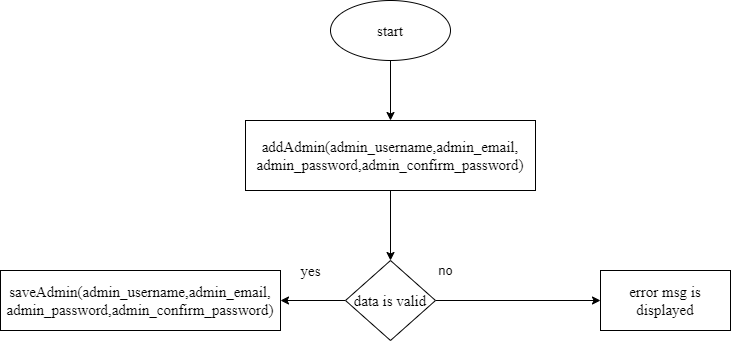
The draw.io diagram Definition/Design/low level design/flowchart/add admin.drawio.png in SaadHamdy1999/TravelAdvisor, before a commit. Source tidied: cells renumbered, new cells last; positions are measured from the earlier drawing's top-left corner, leaving out a move shared by most shapes. Its diagram source:
```xml
<mxGraphModel>
  <root>
    <mxCell id="0" />
    <mxCell id="1" parent="0" />
    <mxCell id="2" style="edgeStyle=orthogonalEdgeStyle;rounded=0;jettySize=auto;html=1;" parent="1" edge="1" source="3" target="5">
      <mxGeometry relative="1" as="geometry" />
    </mxCell>
    <mxCell id="3" value="&lt;font face=&quot;Times New Roman&quot; style=&quot;font-size: 15px;&quot;&gt;start&lt;/font&gt;" style="ellipse;whiteSpace=wrap;html=1;" parent="1" vertex="1">
      <mxGeometry x="330" width="120" height="60" as="geometry" />
    </mxCell>
    <mxCell id="4" style="edgeStyle=orthogonalEdgeStyle;rounded=0;jettySize=auto;html=1;entryX=0.5;entryY=0;entryDx=0;entryDy=0;fontFamily=Times New Roman;fontSize=15;" parent="1" edge="1" source="5" target="8">
      <mxGeometry relative="1" as="geometry" />
    </mxCell>
    <mxCell id="5" value="&lt;font face=&quot;Times New Roman&quot; style=&quot;font-size: 15px;&quot;&gt;&lt;font style=&quot;font-size: 15px;&quot;&gt;addAdmin(admin_username,admin_e&lt;/font&gt;&lt;span style=&quot;position: relative; top: 0.5pt;&quot;&gt;mail,&lt;br&gt;admin_password,admin_confirm_password)&lt;/span&gt;&lt;/font&gt;" style="whiteSpace=wrap;html=1;" parent="1" vertex="1">
      <mxGeometry x="245" y="120" width="290" height="70" as="geometry" />
    </mxCell>
    <mxCell id="6" style="edgeStyle=orthogonalEdgeStyle;rounded=0;jettySize=auto;html=1;fontSize=13;" parent="1" edge="1" source="8" target="9">
      <mxGeometry relative="1" as="geometry" />
    </mxCell>
    <mxCell id="7" style="edgeStyle=orthogonalEdgeStyle;rounded=0;jettySize=auto;html=1;fontFamily=Times New Roman;fontSize=15;" parent="1" edge="1" source="8" target="11">
      <mxGeometry relative="1" as="geometry" />
    </mxCell>
    <mxCell id="8" value="&lt;font face=&quot;Times New Roman&quot; style=&quot;font-size: 15px;&quot;&gt;data is valid&lt;/font&gt;" style="rhombus;whiteSpace=wrap;html=1;" parent="1" vertex="1">
      <mxGeometry x="345" y="260" width="90" height="80" as="geometry" />
    </mxCell>
    <mxCell id="9" value="&lt;font face=&quot;Times New Roman&quot; style=&quot;font-size: 15px;&quot;&gt;error msg is displayed&lt;/font&gt;" style="whiteSpace=wrap;html=1;" parent="1" vertex="1">
      <mxGeometry x="600" y="270" width="130" height="60" as="geometry" />
    </mxCell>
    <mxCell id="10" value="no" style="text;html=1;align=center;verticalAlign=middle;strokeColor=none;fillColor=none;fontSize=13;" parent="1" vertex="1">
      <mxGeometry x="430" y="260" width="30" height="20" as="geometry" />
    </mxCell>
    <mxCell id="11" value="&lt;font style=&quot;font-family: &amp;quot;Times New Roman&amp;quot;; font-size: 15px;&quot;&gt;saveAdmin(admin_username,admin_e&lt;/font&gt;&lt;span style=&quot;font-family: &amp;quot;Times New Roman&amp;quot;; font-size: 15px; position: relative; top: 0.5pt;&quot;&gt;mail,&lt;br&gt;admin_password,admin_confirm_password)&lt;/span&gt;" style="whiteSpace=wrap;html=1;" parent="1" vertex="1">
      <mxGeometry y="270" width="280" height="60" as="geometry" />
    </mxCell>
    <mxCell id="12" value="yes" style="text;html=1;align=center;verticalAlign=middle;strokeColor=none;fillColor=none;fontSize=15;fontFamily=Times New Roman;" parent="1" vertex="1">
      <mxGeometry x="290" y="260" width="40" height="20" as="geometry" />
    </mxCell>
  </root>
</mxGraphModel>
```
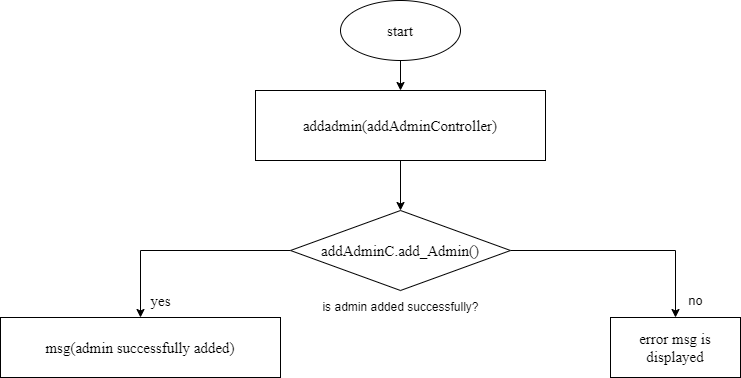
The same diagram one commit later.

The edit, as a diff of the source:
```diff
@@ -11,8 +11,8 @@
     <mxCell id="4" style="edgeStyle=orthogonalEdgeStyle;rounded=0;jettySize=auto;html=1;entryX=0.5;entryY=0;entryDx=0;entryDy=0;fontFamily=Times New Roman;fontSize=15;" parent="1" edge="1" source="5" target="8">
       <mxGeometry relative="1" as="geometry" />
     </mxCell>
-    <mxCell id="5" value="&lt;font face=&quot;Times New Roman&quot; style=&quot;font-size: 15px;&quot;&gt;&lt;font style=&quot;font-size: 15px;&quot;&gt;addAdmin(admin_username,admin_e&lt;/font&gt;&lt;span style=&quot;position: relative; top: 0.5pt;&quot;&gt;mail,&lt;br&gt;admin_password,admin_confirm_password)&lt;/span&gt;&lt;/font&gt;" style="whiteSpace=wrap;html=1;" parent="1" vertex="1">
-      <mxGeometry x="245" y="120" width="290" height="70" as="geometry" />
+    <mxCell id="5" value="&lt;font face=&quot;Times New Roman&quot;&gt;&lt;span style=&quot;font-size: 15px;&quot;&gt;addadmin(addAdminController)&lt;/span&gt;&lt;/font&gt;" style="whiteSpace=wrap;html=1;" parent="1" vertex="1">
+      <mxGeometry x="245" y="90" width="290" height="70" as="geometry" />
     </mxCell>
     <mxCell id="6" style="edgeStyle=orthogonalEdgeStyle;rounded=0;jettySize=auto;html=1;fontSize=13;" parent="1" edge="1" source="8" target="9">
       <mxGeometry relative="1" as="geometry" />
@@ -20,20 +20,23 @@
     <mxCell id="7" style="edgeStyle=orthogonalEdgeStyle;rounded=0;jettySize=auto;html=1;fontFamily=Times New Roman;fontSize=15;" parent="1" edge="1" source="8" target="11">
       <mxGeometry relative="1" as="geometry" />
     </mxCell>
-    <mxCell id="8" value="&lt;font face=&quot;Times New Roman&quot; style=&quot;font-size: 15px;&quot;&gt;data is valid&lt;/font&gt;" style="rhombus;whiteSpace=wrap;html=1;" parent="1" vertex="1">
-      <mxGeometry x="345" y="260" width="90" height="80" as="geometry" />
+    <mxCell id="8" value="&lt;font face=&quot;Times New Roman&quot;&gt;&lt;span style=&quot;font-size: 15px;&quot;&gt;addAdminC.add_Admin()&lt;/span&gt;&lt;/font&gt;" style="rhombus;whiteSpace=wrap;html=1;" parent="1" vertex="1">
+      <mxGeometry x="280" y="210" width="220" height="80" as="geometry" />
     </mxCell>
     <mxCell id="9" value="&lt;font face=&quot;Times New Roman&quot; style=&quot;font-size: 15px;&quot;&gt;error msg is displayed&lt;/font&gt;" style="whiteSpace=wrap;html=1;" parent="1" vertex="1">
-      <mxGeometry x="600" y="270" width="130" height="60" as="geometry" />
+      <mxGeometry x="600" y="317" width="130" height="60" as="geometry" />
     </mxCell>
     <mxCell id="10" value="no" style="text;html=1;align=center;verticalAlign=middle;strokeColor=none;fillColor=none;fontSize=13;" parent="1" vertex="1">
-      <mxGeometry x="430" y="260" width="30" height="20" as="geometry" />
+      <mxGeometry x="670" y="290" width="30" height="20" as="geometry" />
     </mxCell>
-    <mxCell id="11" value="&lt;font style=&quot;font-family: &amp;quot;Times New Roman&amp;quot;; font-size: 15px;&quot;&gt;saveAdmin(admin_username,admin_e&lt;/font&gt;&lt;span style=&quot;font-family: &amp;quot;Times New Roman&amp;quot;; font-size: 15px; position: relative; top: 0.5pt;&quot;&gt;mail,&lt;br&gt;admin_password,admin_confirm_password)&lt;/span&gt;" style="whiteSpace=wrap;html=1;" parent="1" vertex="1">
-      <mxGeometry y="270" width="280" height="60" as="geometry" />
+    <mxCell id="11" value="&lt;font face=&quot;Times New Roman&quot;&gt;&lt;span style=&quot;font-size: 15px;&quot;&gt;msg(admin successfully added)&lt;/span&gt;&lt;/font&gt;" style="whiteSpace=wrap;html=1;" parent="1" vertex="1">
+      <mxGeometry x="-10" y="317" width="280" height="60" as="geometry" />
     </mxCell>
     <mxCell id="12" value="yes" style="text;html=1;align=center;verticalAlign=middle;strokeColor=none;fillColor=none;fontSize=15;fontFamily=Times New Roman;" parent="1" vertex="1">
-      <mxGeometry x="290" y="260" width="40" height="20" as="geometry" />
+      <mxGeometry x="130" y="290" width="40" height="20" as="geometry" />
     </mxCell>
+    <mxCell id="13" value="is admin added successfully?" style="text;html=1;align=center;verticalAlign=middle;strokeColor=none;fillColor=none;" parent="1" vertex="1">
+      <mxGeometry x="305" y="297" width="170" height="20" as="geometry" />
+    </mxCell>
   </root>
 </mxGraphModel>
```
